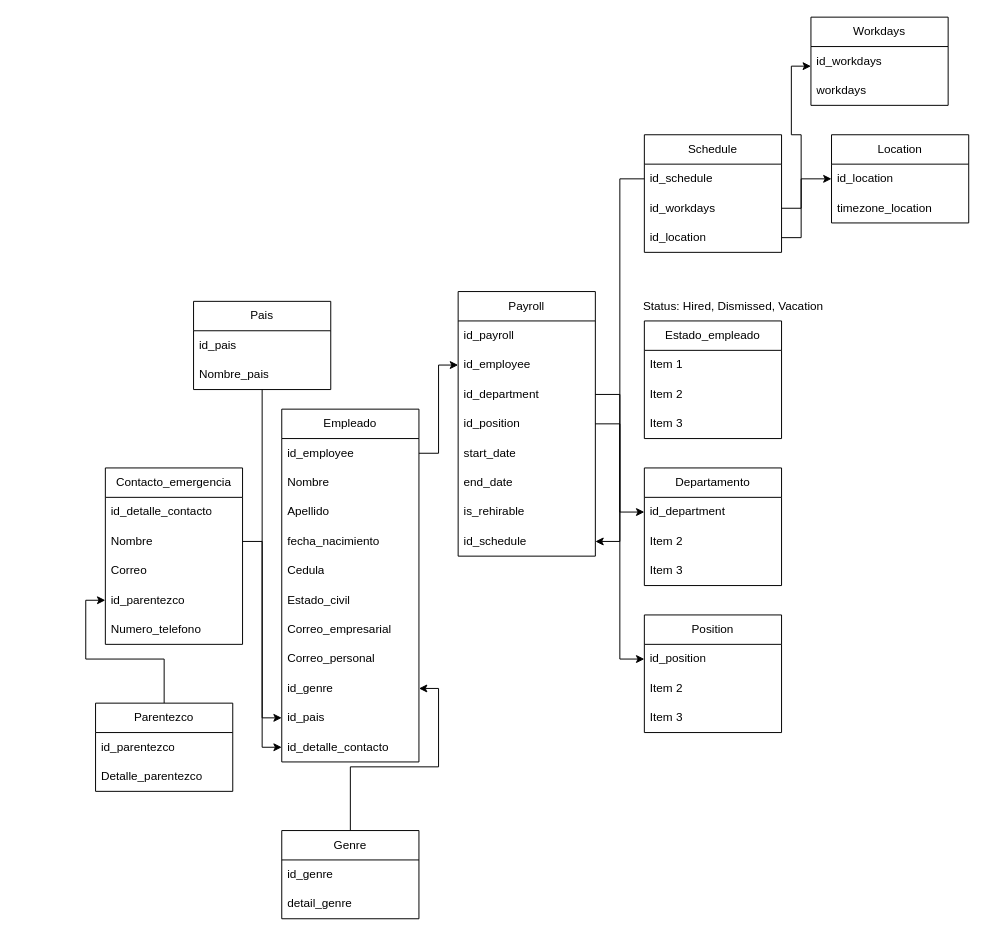
Before: HR/HR_diagram.drawio in Warrgonz/SQL-Practices, a draw.io diagram. Source tidied: cells renumbered, new cells numbered last; positions are measured from the earlier drawing's top-left corner, leaving out a move shared by most shapes. Both pictures are drawn from the tidied source at 98%, with x=0, y=0 at pixel (95, 17).
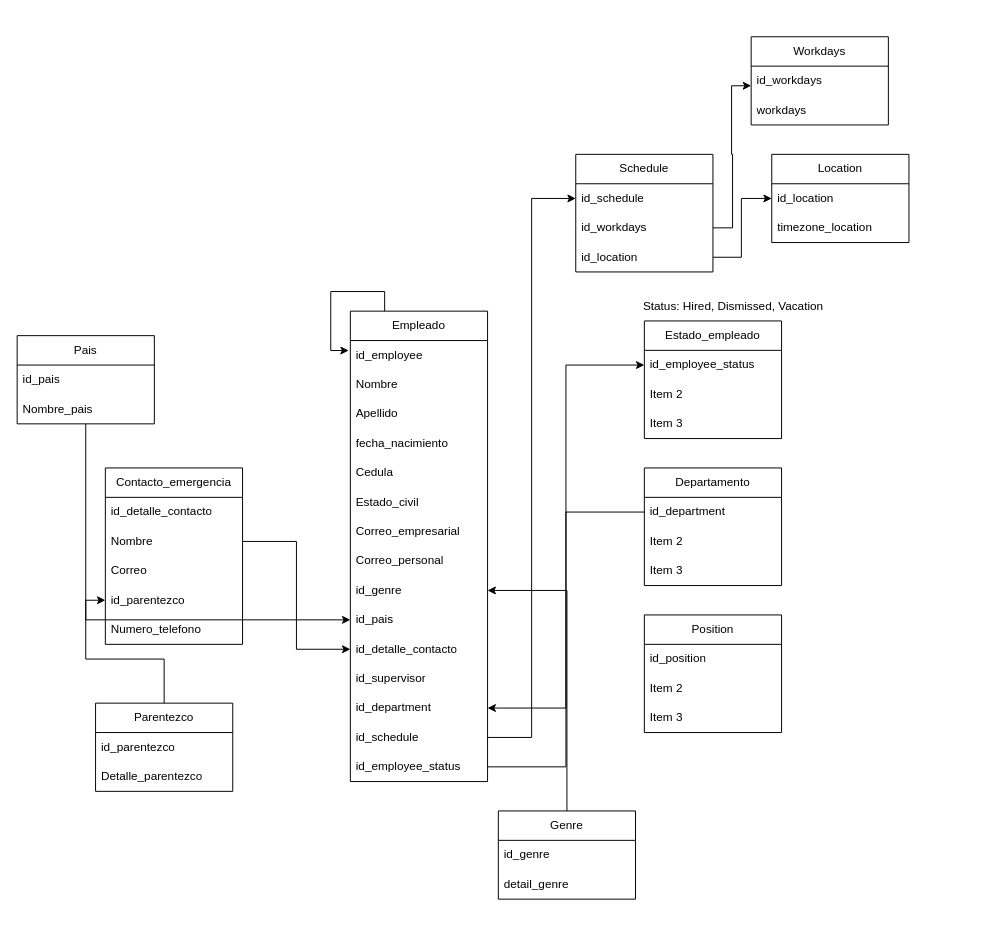
After the change.

The change refers to these unchanged cells:
```xml
<mxCell id="3" value="id_employee" style="text;strokeColor=none;fillColor=none;align=left;verticalAlign=middle;spacingLeft=4;spacingRight=4;overflow=hidden;points=[[0,0.5],[1,0.5]];portConstraint=eastwest;whiteSpace=wrap;html=1;" parent="2" vertex="1">
  <mxGeometry y="30" width="140" height="30" as="geometry" />
</mxCell>
<mxCell id="38" value="Estado_empleado" style="swimlane;fontStyle=0;horizontal=1;startSize=30;whiteSpace=wrap;html=1;" parent="1" vertex="1">
  <mxGeometry x="560" y="310" width="140" height="120" as="geometry" />
</mxCell>
<mxCell id="43" value="id_department" style="text;strokeColor=none;fillColor=none;align=left;verticalAlign=middle;spacingLeft=4;spacingRight=4;overflow=hidden;points=[[0,0.5],[1,0.5]];portConstraint=eastwest;whiteSpace=wrap;html=1;" parent="42" vertex="1">
  <mxGeometry y="30" width="140" height="30" as="geometry" />
</mxCell>
<mxCell id="47" value="id_position" style="text;strokeColor=none;fillColor=none;align=left;verticalAlign=middle;spacingLeft=4;spacingRight=4;overflow=hidden;points=[[0,0.5],[1,0.5]];portConstraint=eastwest;whiteSpace=wrap;html=1;" parent="46" vertex="1">
  <mxGeometry y="30" width="140" height="30" as="geometry" />
</mxCell>
<mxCell id="59" value="id_schedule" style="text;strokeColor=none;fillColor=none;align=left;verticalAlign=middle;spacingLeft=4;spacingRight=4;overflow=hidden;points=[[0,0.5],[1,0.5]];portConstraint=eastwest;whiteSpace=wrap;html=1;" parent="58" vertex="1">
  <mxGeometry y="30" width="140" height="30" as="geometry" />
</mxCell>
<mxCell id="61" value="id_location" style="text;strokeColor=none;fillColor=none;align=left;verticalAlign=middle;spacingLeft=4;spacingRight=4;overflow=hidden;points=[[0,0.5],[1,0.5]];portConstraint=eastwest;whiteSpace=wrap;html=1;" parent="58" vertex="1">
  <mxGeometry y="90" width="140" height="30" as="geometry" />
</mxCell>
<mxCell id="64" value="id_location" style="text;strokeColor=none;fillColor=none;align=left;verticalAlign=middle;spacingLeft=4;spacingRight=4;overflow=hidden;points=[[0,0.5],[1,0.5]];portConstraint=eastwest;whiteSpace=wrap;html=1;" parent="63" vertex="1">
  <mxGeometry y="30" width="140" height="30" as="geometry" />
</mxCell>
```

The edit, as a diff of the source:
```diff
@@
     <mxCell id="2" value="Empleado" style="swimlane;fontStyle=0;horizontal=1;startSize=30;whiteSpace=wrap;html=1;" parent="1" vertex="1">
-      <mxGeometry x="190" y="400" width="140" height="360" as="geometry" />
+      <mxGeometry x="260" y="300" width="140" height="480" as="geometry" />
     </mxCell>
@@
-    <mxCell id="14" value="Payroll" style="swimlane;fontStyle=0;horizontal=1;startSize=30;whiteSpace=wrap;html=1;" parent="1" vertex="1">
-      <mxGeometry x="370" y="280" width="140" height="270" as="geometry" />
-    </mxCell>
-    <mxCell id="15" value="id_payroll" style="text;strokeColor=none;fillColor=none;align=left;verticalAlign=middle;spacingLeft=4;spacingRight=4;overflow=hidden;whiteSpace=wrap;html=1;" parent="14" vertex="1">
-      <mxGeometry y="30" width="140" height="30" as="geometry" />
-    </mxCell>
-    <mxCell id="16" value="id_employee" style="text;strokeColor=none;fillColor=none;align=left;verticalAlign=middle;spacingLeft=4;spacingRight=4;overflow=hidden;points=[[0,0.5],[1,0.5]];portConstraint=eastwest;whiteSpace=wrap;html=1;" parent="14" vertex="1">
-      <mxGeometry y="60" width="140" height="30" as="geometry" />
-    </mxCell>
+    <mxCell id="71" value="id_supervisor" style="text;strokeColor=none;fillColor=none;align=left;verticalAlign=middle;spacingLeft=4;spacingRight=4;overflow=hidden;whiteSpace=wrap;html=1;" parent="2" vertex="1">
+      <mxGeometry y="360" width="140" height="30" as="geometry" />
+    </mxCell>
+    <mxCell id="72" style="edgeStyle=orthogonalEdgeStyle;rounded=0;jettySize=auto;html=1;exitX=0.25;exitY=0;exitDx=0;exitDy=0;entryX=-0.012;entryY=0.339;entryDx=0;entryDy=0;entryPerimeter=0;" parent="2" edge="1" source="2" target="3">
+      <mxGeometry relative="1" as="geometry" />
+    </mxCell>
-    <mxCell id="17" value="id_department" style="text;strokeColor=none;fillColor=none;align=left;verticalAlign=middle;spacingLeft=4;spacingRight=4;overflow=hidden;points=[[0,0.5],[1,0.5]];portConstraint=eastwest;whiteSpace=wrap;html=1;" parent="14" vertex="1">
-      <mxGeometry y="90" width="140" height="30" as="geometry" />
+    <mxCell id="17" value="id_department" style="text;strokeColor=none;fillColor=none;align=left;verticalAlign=middle;spacingLeft=4;spacingRight=4;overflow=hidden;points=[[0,0.5],[1,0.5]];portConstraint=eastwest;whiteSpace=wrap;html=1;" parent="2" vertex="1">
+      <mxGeometry y="390" width="140" height="30" as="geometry" />
     </mxCell>
-    <mxCell id="18" value="id_position" style="text;strokeColor=none;fillColor=none;align=left;verticalAlign=middle;spacingLeft=4;spacingRight=4;overflow=hidden;points=[[0,0.5],[1,0.5]];portConstraint=eastwest;whiteSpace=wrap;html=1;" parent="14" vertex="1">
-      <mxGeometry y="120" width="140" height="30" as="geometry" />
-    </mxCell>
-    <mxCell id="19" value="start_date" style="text;strokeColor=none;fillColor=none;align=left;verticalAlign=middle;spacingLeft=4;spacingRight=4;overflow=hidden;whiteSpace=wrap;html=1;" parent="14" vertex="1">
-      <mxGeometry y="150" width="140" height="30" as="geometry" />
-    </mxCell>
-    <mxCell id="20" value="end_date" style="text;strokeColor=none;fillColor=none;align=left;verticalAlign=middle;spacingLeft=4;spacingRight=4;overflow=hidden;whiteSpace=wrap;html=1;" parent="14" vertex="1">
-      <mxGeometry y="180" width="140" height="30" as="geometry" />
-    </mxCell>
-    <mxCell id="21" value="is_rehirable" style="text;strokeColor=none;fillColor=none;align=left;verticalAlign=middle;spacingLeft=4;spacingRight=4;overflow=hidden;whiteSpace=wrap;html=1;" parent="14" vertex="1">
-      <mxGeometry y="210" width="140" height="30" as="geometry" />
-    </mxCell>
-    <mxCell id="22" value="id_schedule" style="text;strokeColor=none;fillColor=none;align=left;verticalAlign=middle;spacingLeft=4;spacingRight=4;overflow=hidden;points=[[0,0.5],[1,0.5]];portConstraint=eastwest;whiteSpace=wrap;html=1;" parent="14" vertex="1">
-      <mxGeometry y="240" width="140" height="30" as="geometry" />
+    <mxCell id="22" value="id_schedule" style="text;strokeColor=none;fillColor=none;align=left;verticalAlign=middle;spacingLeft=4;spacingRight=4;overflow=hidden;points=[[0,0.5],[1,0.5]];portConstraint=eastwest;whiteSpace=wrap;html=1;" parent="2" vertex="1">
+      <mxGeometry y="420" width="140" height="30" as="geometry" />
     </mxCell>
+    <mxCell id="73" value="id_employee_status" style="text;strokeColor=none;fillColor=none;align=left;verticalAlign=middle;spacingLeft=4;spacingRight=4;overflow=hidden;points=[[0,0.5],[1,0.5]];portConstraint=eastwest;whiteSpace=wrap;html=1;" parent="2" vertex="1">
+      <mxGeometry y="450" width="140" height="30" as="geometry" />
+    </mxCell>
@@
     <mxCell id="24" value="Pais" style="swimlane;fontStyle=0;horizontal=1;startSize=30;whiteSpace=wrap;html=1;" parent="1" vertex="1">
-      <mxGeometry x="100" y="290" width="140" height="90" as="geometry" />
+      <mxGeometry x="-80" y="325" width="140" height="90" as="geometry" />
     </mxCell>
@@
-    <mxCell id="39" value="Item 1" style="text;strokeColor=none;fillColor=none;align=left;verticalAlign=middle;spacingLeft=4;spacingRight=4;overflow=hidden;points=[[0,0.5],[1,0.5]];portConstraint=eastwest;whiteSpace=wrap;html=1;" parent="38" vertex="1">
+    <mxCell id="39" value="id_employee_status" style="text;strokeColor=none;fillColor=none;align=left;verticalAlign=middle;spacingLeft=4;spacingRight=4;overflow=hidden;points=[[0,0.5],[1,0.5]];portConstraint=eastwest;whiteSpace=wrap;html=1;" parent="38" vertex="1">
       <mxGeometry y="30" width="140" height="30" as="geometry" />
     </mxCell>
@@
-    <mxCell id="51" style="edgeStyle=orthogonalEdgeStyle;rounded=0;jettySize=auto;html=1;entryX=0;entryY=0.5;entryDx=0;entryDy=0;" parent="1" edge="1" source="3" target="16">
-      <mxGeometry relative="1" as="geometry" />
-    </mxCell>
-    <mxCell id="52" style="edgeStyle=orthogonalEdgeStyle;rounded=0;jettySize=auto;html=1;entryX=0;entryY=0.5;entryDx=0;entryDy=0;" parent="1" edge="1" source="17" target="43">
-      <mxGeometry relative="1" as="geometry" />
-    </mxCell>
-    <mxCell id="53" style="edgeStyle=orthogonalEdgeStyle;rounded=0;jettySize=auto;html=1;entryX=0;entryY=0.5;entryDx=0;entryDy=0;" parent="1" edge="1" source="18" target="47">
-      <mxGeometry relative="1" as="geometry" />
-    </mxCell>
@@
     <mxCell id="55" value="Genre" style="swimlane;fontStyle=0;horizontal=1;startSize=30;whiteSpace=wrap;html=1;" parent="1" vertex="1">
-      <mxGeometry x="190" y="830" width="140" height="90" as="geometry" />
+      <mxGeometry x="411" y="810" width="140" height="90" as="geometry" />
     </mxCell>
@@
     <mxCell id="58" value="Schedule" style="swimlane;fontStyle=0;horizontal=1;startSize=30;whiteSpace=wrap;html=1;" parent="1" vertex="1">
-      <mxGeometry x="560" y="120" width="140" height="120" as="geometry" />
+      <mxGeometry x="490" y="140" width="140" height="120" as="geometry" />
     </mxCell>
@@
-    <mxCell id="62" style="edgeStyle=orthogonalEdgeStyle;rounded=0;jettySize=auto;html=1;" parent="1" edge="1" source="59" target="22">
-      <mxGeometry relative="1" as="geometry" />
-    </mxCell>
     <mxCell id="63" value="Location" style="swimlane;fontStyle=0;horizontal=1;startSize=30;whiteSpace=wrap;html=1;" parent="1" vertex="1">
-      <mxGeometry x="751" y="120" width="140" height="90" as="geometry" />
+      <mxGeometry x="690" y="140" width="140" height="90" as="geometry" />
     </mxCell>
@@
     <mxCell id="66" style="edgeStyle=orthogonalEdgeStyle;rounded=0;jettySize=auto;html=1;entryX=0;entryY=0.5;entryDx=0;entryDy=0;" parent="1" edge="1" source="61" target="64">
       <mxGeometry relative="1" as="geometry">
         <Array as="points">
-          <mxPoint x="720" y="225" />
-          <mxPoint x="720" y="165" />
+          <mxPoint x="659" y="245" />
+          <mxPoint x="659" y="185" />
         </Array>
       </mxGeometry>
     </mxCell>
     <mxCell id="67" value="Workdays" style="swimlane;fontStyle=0;horizontal=1;startSize=30;whiteSpace=wrap;html=1;" parent="1" vertex="1">
-      <mxGeometry x="730" width="140" height="90" as="geometry" />
+      <mxGeometry x="669" y="20" width="140" height="90" as="geometry" />
     </mxCell>
@@
+    <mxCell id="74" style="edgeStyle=orthogonalEdgeStyle;rounded=0;jettySize=auto;html=1;entryX=1;entryY=0.5;entryDx=0;entryDy=0;" parent="1" edge="1" source="43" target="17">
+      <mxGeometry relative="1" as="geometry" />
+    </mxCell>
+    <mxCell id="75" style="edgeStyle=orthogonalEdgeStyle;rounded=0;jettySize=auto;html=1;entryX=0;entryY=0.5;entryDx=0;entryDy=0;" parent="1" edge="1" source="22" target="59">
+      <mxGeometry relative="1" as="geometry" />
+    </mxCell>
+    <mxCell id="76" style="edgeStyle=orthogonalEdgeStyle;rounded=0;jettySize=auto;html=1;entryX=0;entryY=0.5;entryDx=0;entryDy=0;" parent="1" edge="1" source="73" target="39">
+      <mxGeometry relative="1" as="geometry" />
+    </mxCell>
```
